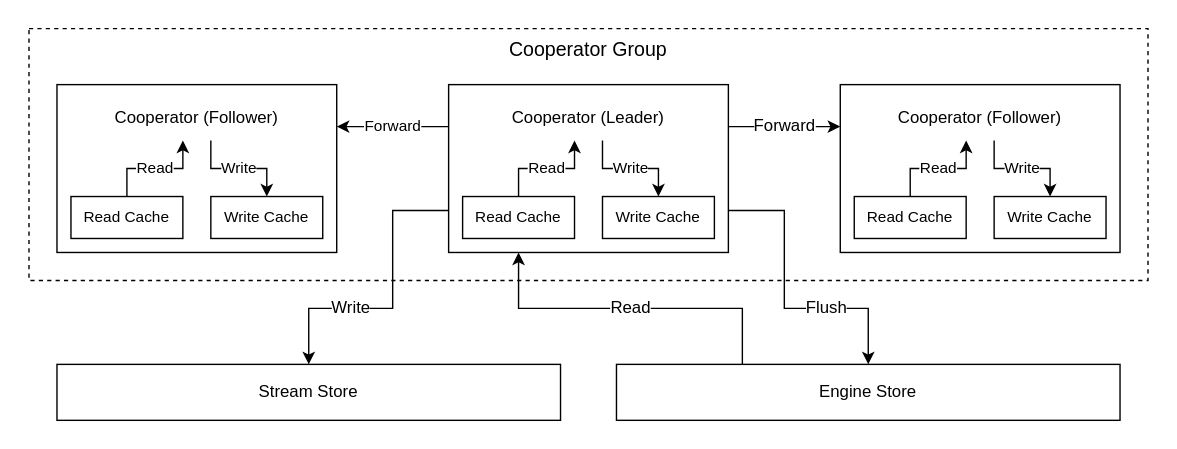
This is docs/images/cooperator-architecture.drawio.svg from engula/engula, a draw.io export, as it was before one commit. Source tidied: cells renumbered, new cells last; positions are measured from the earlier drawing's top-left corner, leaving out a move shared by most shapes.
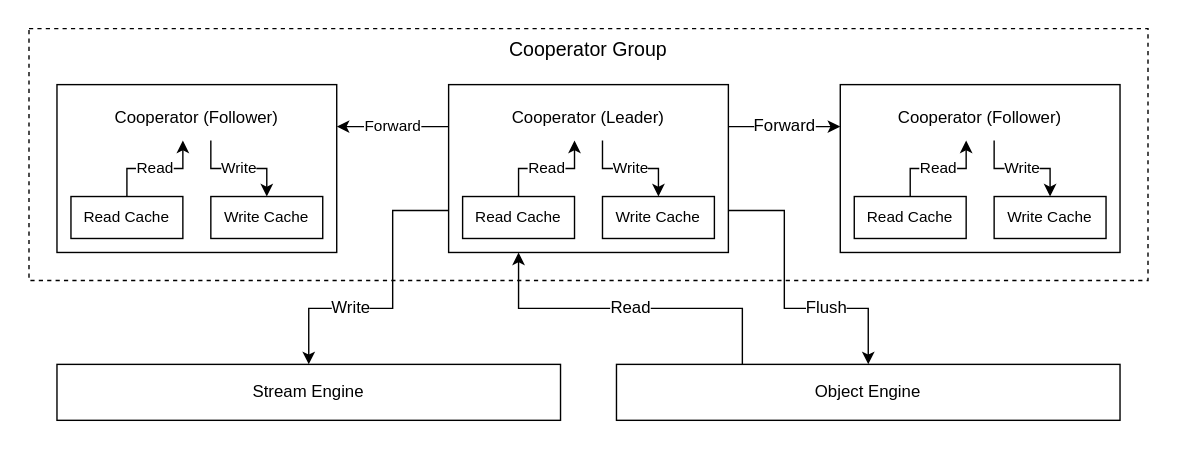
The same diagram one commit later.

What changed in the source:
```diff
@@ -11,10 +11,10 @@
     <mxCell id="4" value="Forward" style="edgeStyle=none;html=1;exitX=0;exitY=0.25;exitDx=0;exitDy=0;fontSize=11;entryX=1;entryY=0.25;entryDx=0;entryDy=0;" parent="1" edge="1" source="11" target="16">
       <mxGeometry relative="1" as="geometry" />
     </mxCell>
-    <mxCell id="5" value="Stream Store" style="rounded=0;whiteSpace=wrap;html=1;fontSize=12;fillColor=default;" parent="1" vertex="1">
+    <mxCell id="5" value="Stream Engine" style="rounded=0;whiteSpace=wrap;html=1;fontSize=12;fillColor=default;" parent="1" vertex="1">
       <mxGeometry x="40" y="260" width="360" height="40" as="geometry" />
     </mxCell>
-    <mxCell id="6" value="Engine Store" style="rounded=0;whiteSpace=wrap;html=1;fontSize=12;fillColor=default;" parent="1" vertex="1">
+    <mxCell id="6" value="Object Engine" style="rounded=0;whiteSpace=wrap;html=1;fontSize=12;fillColor=default;" parent="1" vertex="1">
       <mxGeometry x="440" y="260" width="360" height="40" as="geometry" />
     </mxCell>
     <mxCell id="7" value="Forward" style="edgeStyle=orthogonalEdgeStyle;rounded=0;html=1;exitX=1;exitY=0.25;exitDx=0;exitDy=0;entryX=0;entryY=0.25;entryDx=0;entryDy=0;fontSize=12;startArrow=none;startFill=0;endArrow=classic;endFill=1;" parent="1" edge="1" source="11" target="21">
```
